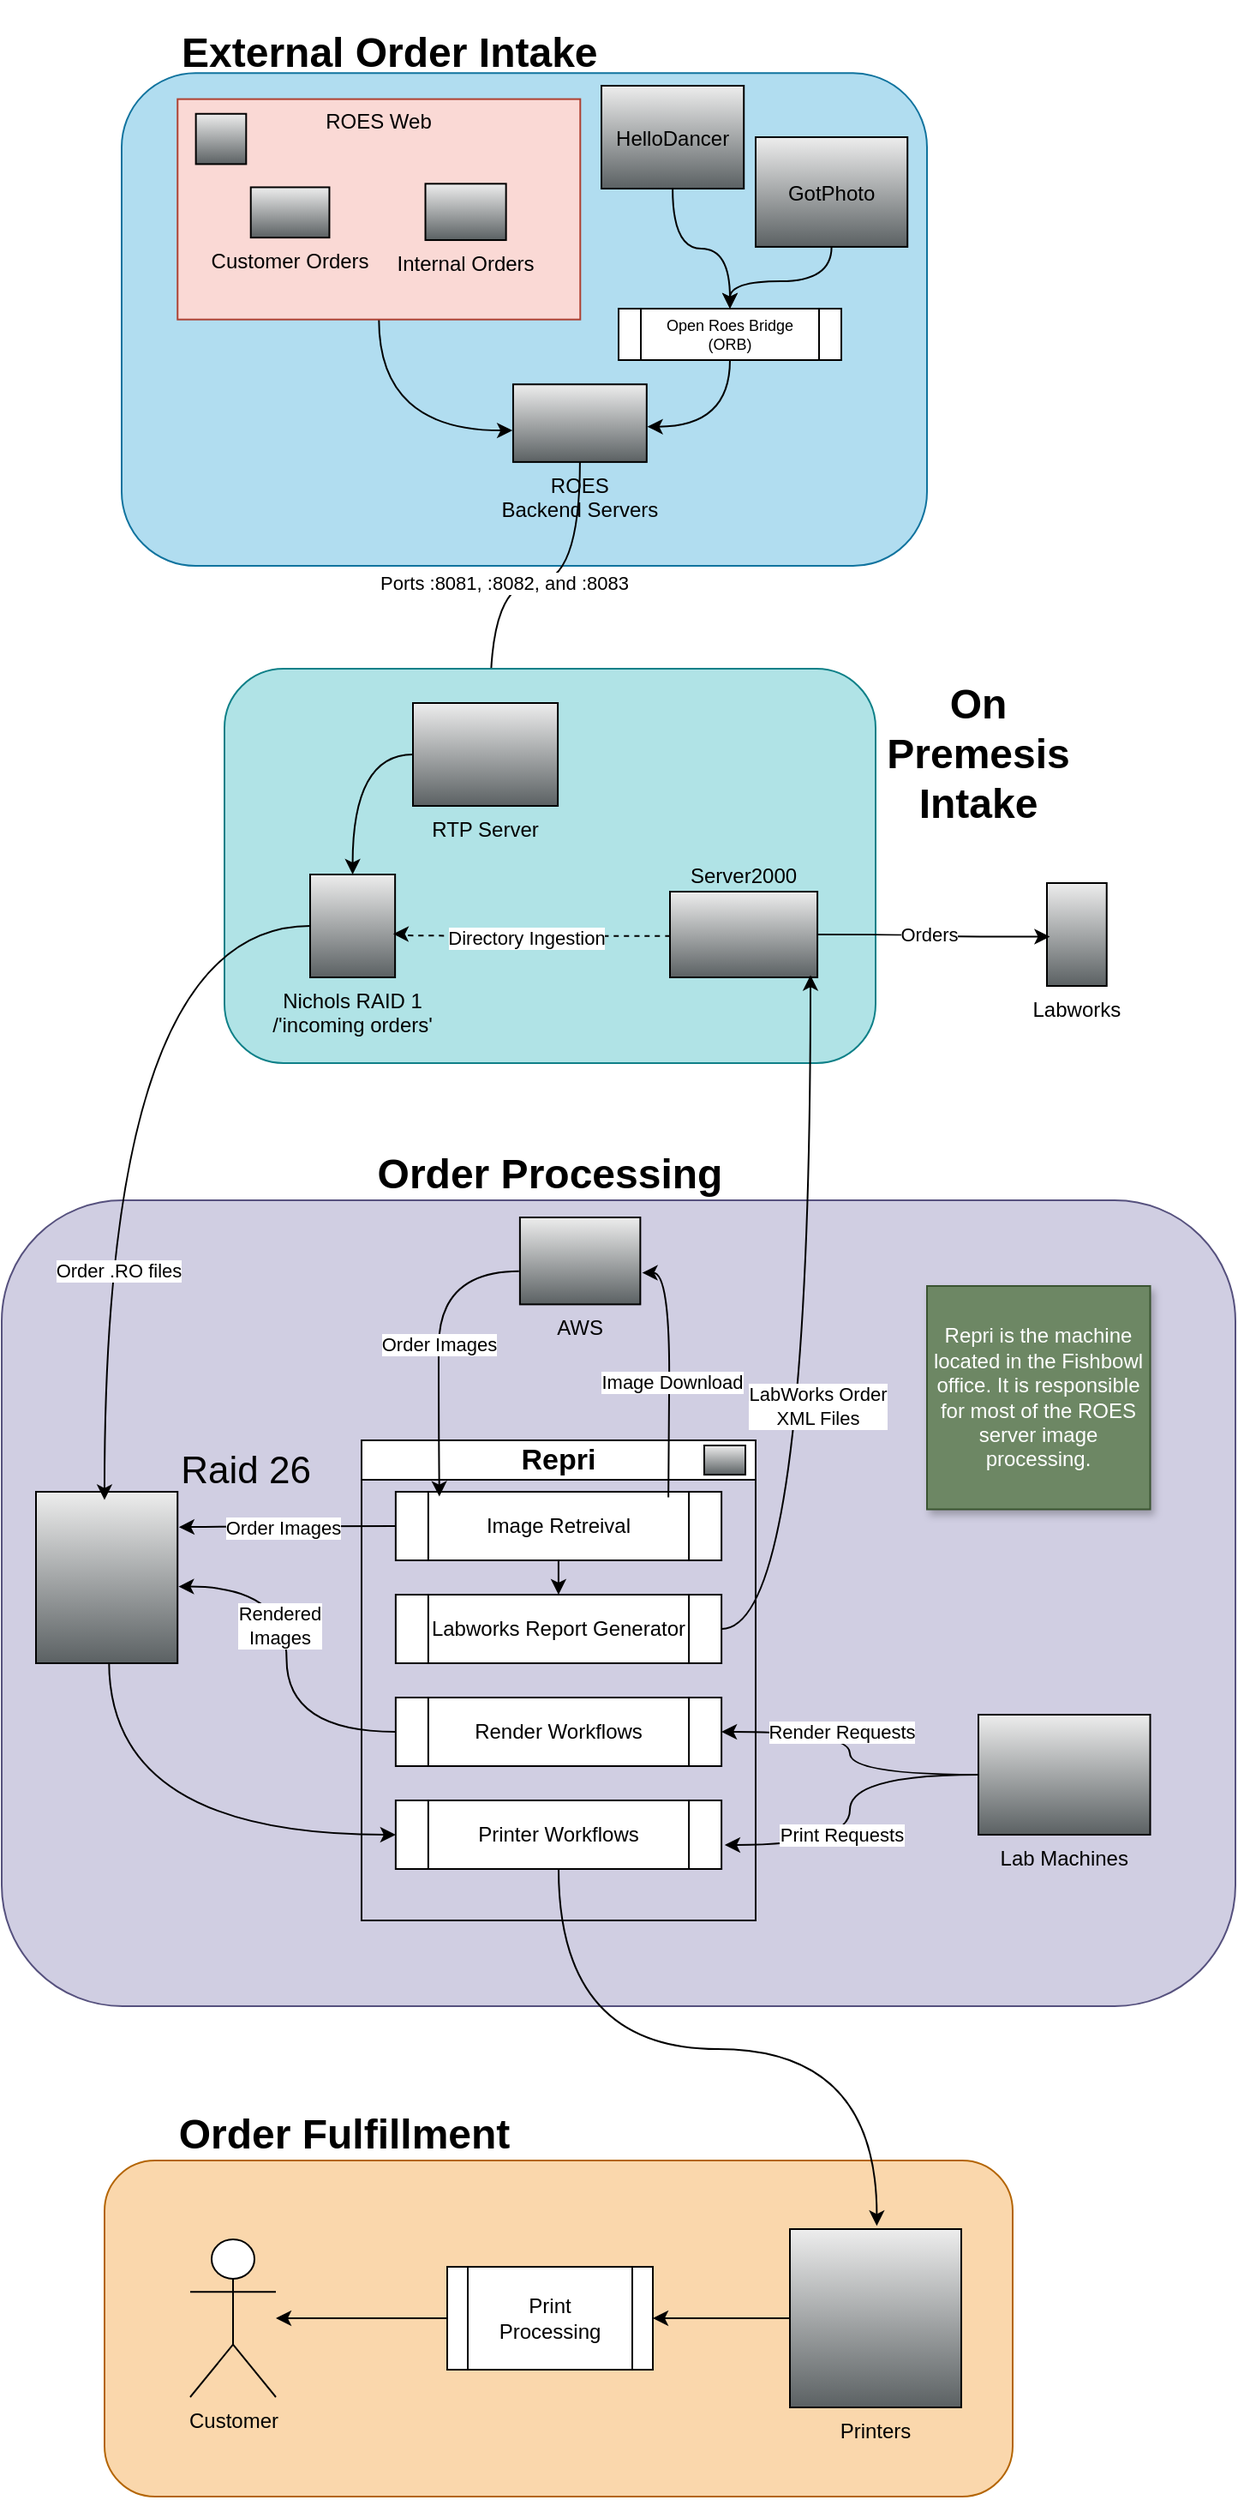
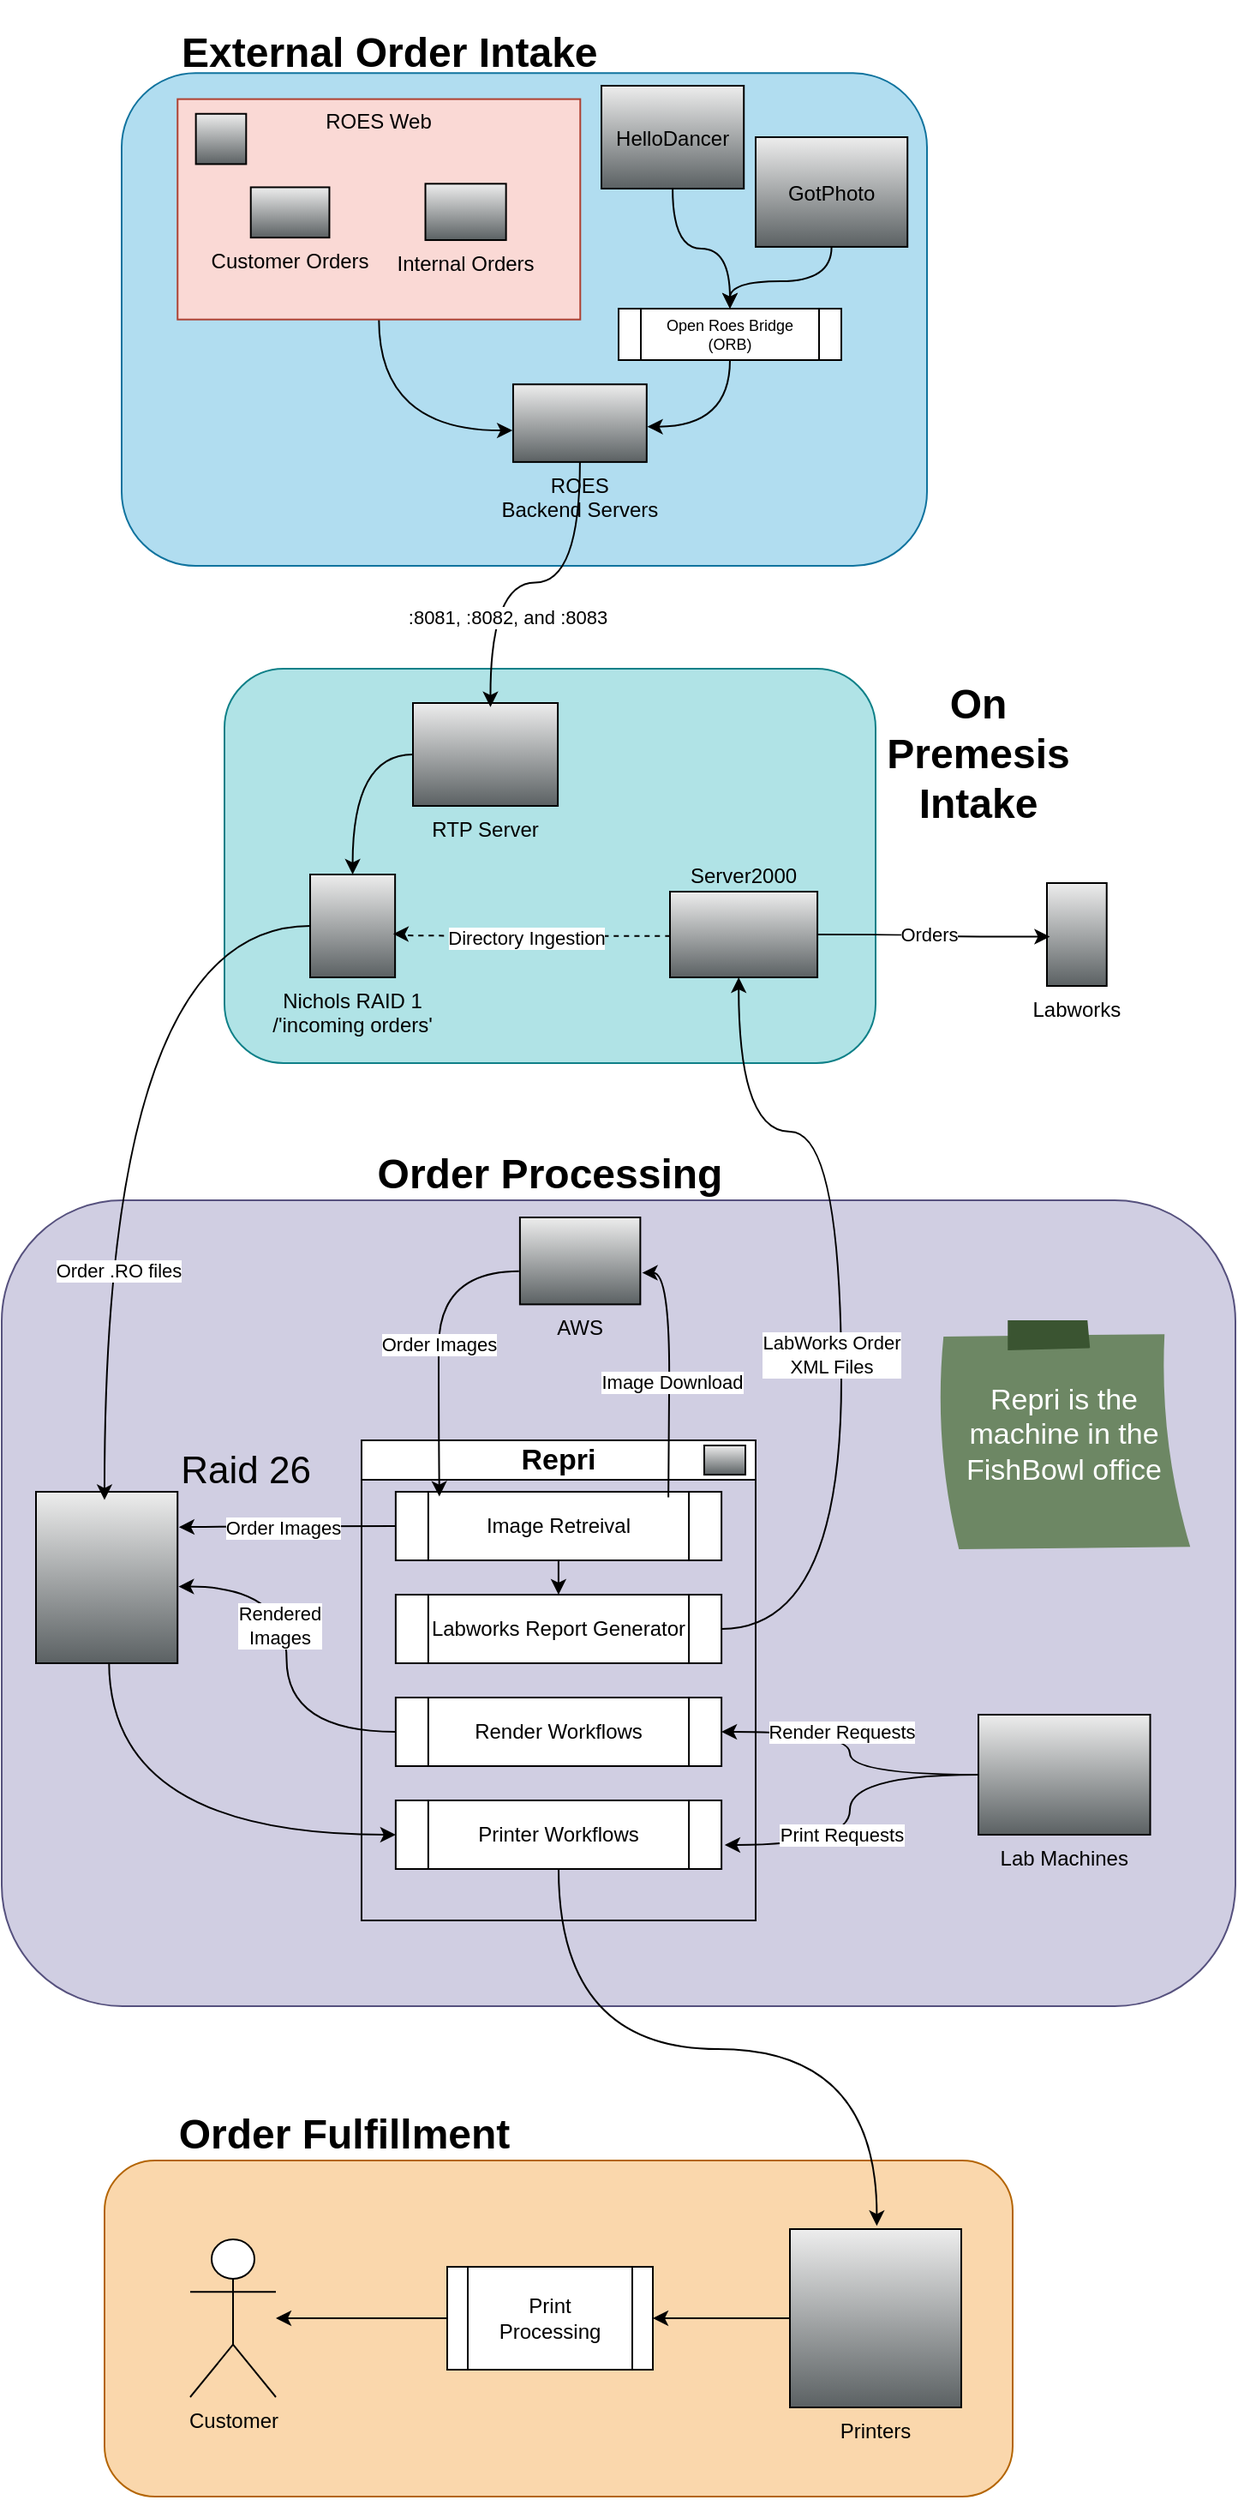
<mxfile host="app.diagrams.net">
  <diagram name="External Order Intake" id="xOiFyvTx0ugd0xP541Ys">
-     <mxGraphModel dx="781" dy="455" grid="1" gridSize="10" guides="1" tooltips="1" connect="1" arrows="1" fold="1" page="1" pageScale="1" pageWidth="850" pageHeight="1100" math="0" shadow="0">
+     <mxGraphModel dx="1607" dy="938" grid="1" gridSize="10" guides="1" tooltips="1" connect="1" arrows="1" fold="1" page="1" pageScale="1" pageWidth="850" pageHeight="1100" math="0" shadow="0">
      <root>
        <mxCell id="0" />
        <mxCell id="1" parent="0" />
        <mxCell id="Abbv7D0ucnFepgTgGXwM-46" connectable="0" parent="1" style="group" value="" vertex="1">
          <mxGeometry height="310" width="470" x="160" y="40" as="geometry" />
        </mxCell>
        <mxCell id="Abbv7D0ucnFepgTgGXwM-2" parent="Abbv7D0ucnFepgTgGXwM-46" style="rounded=1;whiteSpace=wrap;html=1;fillColor=#b1ddf0;strokeColor=#10739e;" value="" vertex="1">
          <mxGeometry height="287.3170731707317" width="470.00000000000006" y="22.682926829268293" as="geometry" />
        </mxCell>
        <mxCell id="uFVznFZ-sdEEhWdo_pJ7-23" parent="Abbv7D0ucnFepgTgGXwM-46" style="shape=mxgraph.networks2.icon;aspect=fixed;fillColor=#EDEDED;strokeColor=#000000;gradientColor=#5B6163;network2IconShadow=1;network2bgFillColor=none;labelPosition=center;verticalLabelPosition=middle;align=center;verticalAlign=middle;network2Icon=mxgraph.networks2.cloud;network2IconYOffset=-0.08;network2IconW=1.0004;network2IconH=0.7222;" value="GotPhoto" vertex="1">
          <mxGeometry height="63.96" width="88.6" x="370" y="60" as="geometry" />
        </mxCell>
        <mxCell id="uFVznFZ-sdEEhWdo_pJ7-26" parent="Abbv7D0ucnFepgTgGXwM-46" style="fillColorStyles=neutralFill;neutralFill=#9DA6A8;shape=mxgraph.networks2.icon;aspect=fixed;fillColor=#EDEDED;strokeColor=#000000;gradientColor=#5B6163;network2IconShadow=1;network2bgFillColor=none;labelPosition=center;verticalLabelPosition=bottom;align=center;verticalAlign=top;network2Icon=mxgraph.networks2.server;network2IconW=1.0001;network2IconH=0.5812;" value="ROES&#xa;Backend Servers" vertex="1">
          <mxGeometry height="45.29897718332022" width="77.94659716758459" x="228.46569444444447" y="204.14634146341464" as="geometry" />
        </mxCell>
        <mxCell id="uFVznFZ-sdEEhWdo_pJ7-27" edge="1" parent="Abbv7D0ucnFepgTgGXwM-46" source="uFVznFZ-sdEEhWdo_pJ7-12" style="edgeStyle=orthogonalEdgeStyle;curved=1;rounded=0;orthogonalLoop=1;jettySize=auto;html=1;exitX=0.5;exitY=1;exitDx=0;exitDy=0;entryX=-0.005;entryY=0.594;entryDx=0;entryDy=0;entryPerimeter=0;" target="uFVznFZ-sdEEhWdo_pJ7-26">
          <mxGeometry relative="1" as="geometry" />
        </mxCell>
        <mxCell id="Abbv7D0ucnFepgTgGXwM-3" parent="Abbv7D0ucnFepgTgGXwM-46" style="text;html=1;whiteSpace=wrap;strokeColor=none;fillColor=none;align=left;verticalAlign=middle;rounded=0;" value="&lt;h1&gt;External Order Intake&lt;/h1&gt;" vertex="1">
          <mxGeometry height="22.68" width="407.36" x="32.64" as="geometry" />
        </mxCell>
        <mxCell id="Abbv7D0ucnFepgTgGXwM-45" connectable="0" parent="Abbv7D0ucnFepgTgGXwM-46" style="group;" value="" vertex="1">
          <mxGeometry height="128.53658536585368" width="235.00000000000003" x="32.63888888888889" y="37.804878048780495" as="geometry" />
        </mxCell>
        <mxCell id="uFVznFZ-sdEEhWdo_pJ7-12" parent="Abbv7D0ucnFepgTgGXwM-45" style="rounded=0;whiteSpace=wrap;html=1;fillColor=#fad9d5;strokeColor=#ae4132;" value="" vertex="1">
          <mxGeometry height="128.53658536585368" width="235.00000000000003" as="geometry" />
        </mxCell>
        <mxCell id="uFVznFZ-sdEEhWdo_pJ7-13" parent="Abbv7D0ucnFepgTgGXwM-45" style="shape=mxgraph.networks2.icon;aspect=fixed;fillColor=#EDEDED;strokeColor=#000000;gradientColor=#5B6163;network2IconShadow=1;network2bgFillColor=none;labelPosition=center;verticalLabelPosition=bottom;align=center;verticalAlign=top;network2Icon=mxgraph.networks2.globe;network2IconW=1;network2IconH=1;" value="" vertex="1">
          <mxGeometry height="29.33648046157881" width="29.33648046157881" x="10.681818181818182" y="8.56910569105691" as="geometry" />
        </mxCell>
        <mxCell id="uFVznFZ-sdEEhWdo_pJ7-14" parent="Abbv7D0ucnFepgTgGXwM-45" style="shape=mxgraph.networks2.icon;aspect=fixed;fillColor=#EDEDED;strokeColor=#000000;gradientColor=#5B6163;network2IconShadow=1;network2bgFillColor=none;labelPosition=center;verticalLabelPosition=bottom;align=center;verticalAlign=top;network2Icon=mxgraph.networks2.users;network2IconXOffset=0.0019;network2IconYOffset=-0.0004;network2IconW=1.0353;network2IconH=0.6623;" value="Customer Orders" vertex="1">
          <mxGeometry height="29.33648046157881" width="45.86025308156307" x="42.72727272727273" y="51.41463414634146" as="geometry" />
        </mxCell>
        <mxCell id="uFVznFZ-sdEEhWdo_pJ7-15" parent="Abbv7D0ucnFepgTgGXwM-45" style="shape=mxgraph.networks2.icon;aspect=fixed;fillColor=#EDEDED;strokeColor=#000000;gradientColor=#5B6163;network2IconShadow=1;network2bgFillColor=none;labelPosition=center;verticalLabelPosition=bottom;align=center;verticalAlign=top;network2Icon=mxgraph.networks2.lan;network2IconYOffset=0.0558;network2IconW=1.0834;network2IconH=0.7564;" value="Internal Orders" vertex="1">
          <mxGeometry height="32.85685811696826" width="47.0630487804878" x="144.61949300699303" y="49.35804878048783" as="geometry" />
        </mxCell>
        <mxCell id="uFVznFZ-sdEEhWdo_pJ7-25" parent="Abbv7D0ucnFepgTgGXwM-45" style="text;html=1;whiteSpace=wrap;strokeColor=none;fillColor=none;align=center;verticalAlign=middle;rounded=0;" value="ROES Web" vertex="1">
          <mxGeometry height="25.70731707317073" width="72.3076923076923" x="81.34615384615385" as="geometry" />
        </mxCell>
        <mxCell id="jQCsffpuLkgTT5c4SlJs-1" parent="Abbv7D0ucnFepgTgGXwM-46" style="shape=mxgraph.networks2.icon;aspect=fixed;fillColor=#EDEDED;strokeColor=#000000;gradientColor=#5B6163;network2IconShadow=1;network2bgFillColor=none;labelPosition=center;verticalLabelPosition=middle;align=center;verticalAlign=middle;network2Icon=mxgraph.networks2.cloud;network2IconYOffset=-0.08;network2IconW=1.0004;network2IconH=0.7222;" value="HelloDancer" vertex="1">
          <mxGeometry height="60" width="83.11" x="280" y="30" as="geometry" />
        </mxCell>
-         <mxCell id="Abbv7D0ucnFepgTgGXwM-59" edge="1" parent="1" source="uFVznFZ-sdEEhWdo_pJ7-26" style="edgeStyle=orthogonalEdgeStyle;curved=1;rounded=0;orthogonalLoop=1;jettySize=auto;html=1;entryX=0.535;entryY=0.039;entryDx=0;entryDy=0;entryPerimeter=0;" target="Abbv7D0ucnFepgTgGXwM-48">
-           <mxGeometry relative="1" as="geometry" />
-         </mxCell>
-         <mxCell id="Abbv7D0ucnFepgTgGXwM-60" connectable="0" parent="Abbv7D0ucnFepgTgGXwM-59" style="edgeLabel;html=1;align=center;verticalAlign=middle;resizable=0;points=[];" value="Ports :8081, :8082, and :8083" vertex="1">
-           <mxGeometry relative="1" x="0.1735" as="geometry">
-             <mxPoint as="offset" />
-           </mxGeometry>
-         </mxCell>
        <mxCell id="Abbv7D0ucnFepgTgGXwM-63" connectable="0" parent="1" style="group;labelPosition=center;verticalLabelPosition=bottom;align=center;verticalAlign=top;" value=" " vertex="1">
          <mxGeometry height="230" width="514.8699999999999" x="220" y="410" as="geometry" />
        </mxCell>
        <mxCell id="Abbv7D0ucnFepgTgGXwM-58" parent="Abbv7D0ucnFepgTgGXwM-63" style="rounded=1;whiteSpace=wrap;html=1;fillColor=#b0e3e6;strokeColor=#0e8088;" value=" " vertex="1">
          <mxGeometry height="230" width="380" as="geometry" />
        </mxCell>
        <mxCell id="Abbv7D0ucnFepgTgGXwM-61" edge="1" parent="Abbv7D0ucnFepgTgGXwM-63" source="Abbv7D0ucnFepgTgGXwM-48" style="edgeStyle=orthogonalEdgeStyle;curved=1;rounded=0;orthogonalLoop=1;jettySize=auto;html=1;" target="Abbv7D0ucnFepgTgGXwM-49">
          <mxGeometry relative="1" as="geometry" />
        </mxCell>
        <mxCell id="Abbv7D0ucnFepgTgGXwM-48" parent="Abbv7D0ucnFepgTgGXwM-63" style="shape=mxgraph.networks2.icon;aspect=fixed;fillColor=#EDEDED;strokeColor=#000000;gradientColor=#5B6163;network2IconShadow=1;network2bgFillColor=none;labelPosition=center;verticalLabelPosition=bottom;align=center;verticalAlign=top;network2Icon=mxgraph.networks2.pc;network2IconYOffset=-0.0593;network2IconW=0.9999;network2IconH=0.7096;" value="RTP Server" vertex="1">
          <mxGeometry height="60" width="84.55" x="110" y="20" as="geometry" />
        </mxCell>
        <mxCell id="Abbv7D0ucnFepgTgGXwM-49" parent="Abbv7D0ucnFepgTgGXwM-63" style="shape=mxgraph.networks2.icon;aspect=fixed;fillColor=#EDEDED;strokeColor=#000000;gradientColor=#5B6163;network2IconShadow=1;network2bgFillColor=none;labelPosition=center;verticalLabelPosition=bottom;align=center;verticalAlign=top;network2Icon=mxgraph.networks2.data_storage;network2IconW=0.8252;network2IconH=0.9989;" value="Nichols RAID 1&#xa;/&#39;incoming orders&#39;" vertex="1">
          <mxGeometry height="60" width="49.57" x="50" y="120" as="geometry" />
        </mxCell>
        <mxCell id="Abbv7D0ucnFepgTgGXwM-50" parent="Abbv7D0ucnFepgTgGXwM-63" style="fillColorStyles=neutralFill;neutralFill=#9DA6A8;shape=mxgraph.networks2.icon;aspect=fixed;fillColor=#EDEDED;strokeColor=#000000;gradientColor=#5B6163;network2IconShadow=1;network2bgFillColor=none;labelPosition=center;verticalLabelPosition=top;align=center;verticalAlign=bottom;network2Icon=mxgraph.networks2.server;network2IconW=1.0001;network2IconH=0.5812;" value="Server2000" vertex="1">
          <mxGeometry height="50" width="86.04" x="260" y="130" as="geometry" />
        </mxCell>
        <mxCell id="Abbv7D0ucnFepgTgGXwM-53" edge="1" parent="Abbv7D0ucnFepgTgGXwM-63" source="Abbv7D0ucnFepgTgGXwM-50" style="edgeStyle=orthogonalEdgeStyle;curved=1;rounded=0;orthogonalLoop=1;jettySize=auto;html=1;entryX=0.968;entryY=0.578;entryDx=0;entryDy=0;entryPerimeter=0;startArrow=none;startFill=0;dashed=1;exitX=0.003;exitY=0.518;exitDx=0;exitDy=0;exitPerimeter=0;" value=" ">
          <mxGeometry relative="1" as="geometry">
            <Array as="points">
              <mxPoint x="100" y="156" />
              <mxPoint x="100" y="155" />
            </Array>
            <mxPoint x="259.9998" y="157.5" as="sourcePoint" />
            <mxPoint x="98.41376000000008" y="154.68000000000006" as="targetPoint" />
          </mxGeometry>
        </mxCell>
        <mxCell id="Abbv7D0ucnFepgTgGXwM-57" connectable="0" parent="Abbv7D0ucnFepgTgGXwM-53" style="edgeLabel;html=1;align=center;verticalAlign=middle;resizable=0;points=[];" value="Directory Ingestion" vertex="1">
          <mxGeometry relative="1" x="0.0378" y="1" as="geometry">
            <mxPoint as="offset" />
          </mxGeometry>
        </mxCell>
        <mxCell id="Abbv7D0ucnFepgTgGXwM-62" parent="Abbv7D0ucnFepgTgGXwM-63" style="text;html=1;whiteSpace=wrap;strokeColor=none;fillColor=none;align=center;verticalAlign=middle;rounded=0;" value="&lt;h1&gt;On Premesis Intake&lt;/h1&gt;" vertex="1">
          <mxGeometry height="80" width="120" x="380" y="10" as="geometry" />
        </mxCell>
        <mxCell id="Abbv7D0ucnFepgTgGXwM-96" parent="Abbv7D0ucnFepgTgGXwM-63" style="shape=mxgraph.networks2.icon;aspect=fixed;fillColor=#EDEDED;strokeColor=#000000;gradientColor=#5B6163;network2IconShadow=1;network2bgFillColor=none;labelPosition=center;verticalLabelPosition=bottom;align=center;verticalAlign=top;network2Icon=mxgraph.networks2.application;network2IconXOffset=0.0048;network2IconYOffset=-0.0000;network2IconW=0.5927;network2IconH=1.02;" value="Labworks" vertex="1">
          <mxGeometry height="60" width="34.87" x="479.9999999999999" y="125" as="geometry" />
        </mxCell>
        <mxCell id="Abbv7D0ucnFepgTgGXwM-114" edge="1" parent="Abbv7D0ucnFepgTgGXwM-63" source="Abbv7D0ucnFepgTgGXwM-50" style="edgeStyle=orthogonalEdgeStyle;curved=1;rounded=0;orthogonalLoop=1;jettySize=auto;html=1;entryX=0.049;entryY=0.521;entryDx=0;entryDy=0;entryPerimeter=0;" target="Abbv7D0ucnFepgTgGXwM-96">
          <mxGeometry relative="1" as="geometry" />
        </mxCell>
        <mxCell id="Abbv7D0ucnFepgTgGXwM-115" connectable="0" parent="Abbv7D0ucnFepgTgGXwM-114" style="edgeLabel;html=1;align=center;verticalAlign=middle;resizable=0;points=[];" value="Orders" vertex="1">
          <mxGeometry relative="1" x="-0.2199" y="-7" as="geometry">
            <mxPoint x="11" y="-7" as="offset" />
          </mxGeometry>
        </mxCell>
        <mxCell id="Abbv7D0ucnFepgTgGXwM-144" connectable="0" parent="1" style="group" value="" vertex="1">
-           <mxGeometry height="500" width="720" x="90" y="690" as="geometry" />
+           <mxGeometry height="500" width="720.13" x="90" y="690" as="geometry" />
        </mxCell>
        <mxCell id="Abbv7D0ucnFepgTgGXwM-132" parent="Abbv7D0ucnFepgTgGXwM-144" style="rounded=1;whiteSpace=wrap;html=1;fillColor=#d0cee2;strokeColor=#56517e;" value=" " vertex="1">
          <mxGeometry height="470" width="720" y="30" as="geometry" />
        </mxCell>
        <mxCell id="Abbv7D0ucnFepgTgGXwM-123" edge="1" parent="Abbv7D0ucnFepgTgGXwM-144" source="Abbv7D0ucnFepgTgGXwM-55" style="edgeStyle=orthogonalEdgeStyle;curved=1;rounded=0;orthogonalLoop=1;jettySize=auto;html=1;entryX=0;entryY=0.5;entryDx=0;entryDy=0;exitX=0.516;exitY=0.991;exitDx=0;exitDy=0;exitPerimeter=0;" target="Abbv7D0ucnFepgTgGXwM-87">
          <mxGeometry relative="1" as="geometry" />
        </mxCell>
        <mxCell id="Abbv7D0ucnFepgTgGXwM-124" connectable="0" parent="Abbv7D0ucnFepgTgGXwM-123" style="edgeLabel;html=1;align=center;verticalAlign=middle;resizable=0;points=[];" value=" " vertex="1">
          <mxGeometry relative="1" x="-0.5108" y="29" as="geometry">
            <mxPoint as="offset" />
          </mxGeometry>
        </mxCell>
        <mxCell id="Abbv7D0ucnFepgTgGXwM-55" parent="Abbv7D0ucnFepgTgGXwM-144" style="shape=mxgraph.networks2.icon;aspect=fixed;fillColor=#EDEDED;strokeColor=#000000;gradientColor=#5B6163;network2IconShadow=1;network2bgFillColor=none;labelPosition=right;verticalLabelPosition=top;align=left;verticalAlign=bottom;network2Icon=mxgraph.networks2.data_storage;network2IconW=0.8252;network2IconH=0.9989;fontSize=22;" value="Raid 26" vertex="1">
          <mxGeometry height="100" width="82.61" x="20" y="200" as="geometry" />
        </mxCell>
        <mxCell id="Abbv7D0ucnFepgTgGXwM-125" edge="1" parent="Abbv7D0ucnFepgTgGXwM-144" source="Abbv7D0ucnFepgTgGXwM-65" style="edgeStyle=orthogonalEdgeStyle;curved=1;rounded=0;orthogonalLoop=1;jettySize=auto;html=1;entryX=1;entryY=0.5;entryDx=0;entryDy=0;" target="Abbv7D0ucnFepgTgGXwM-70">
          <mxGeometry relative="1" as="geometry" />
        </mxCell>
        <mxCell id="Abbv7D0ucnFepgTgGXwM-127" connectable="0" parent="Abbv7D0ucnFepgTgGXwM-125" style="edgeLabel;html=1;align=center;verticalAlign=middle;resizable=0;points=[];" value="Render Requests" vertex="1">
          <mxGeometry relative="1" x="0.4996" y="2" as="geometry">
            <mxPoint x="26" y="-2" as="offset" />
          </mxGeometry>
        </mxCell>
        <mxCell id="Abbv7D0ucnFepgTgGXwM-65" parent="Abbv7D0ucnFepgTgGXwM-144" style="shape=mxgraph.networks2.icon;aspect=fixed;fillColor=#EDEDED;strokeColor=#000000;gradientColor=#5B6163;network2IconShadow=1;network2bgFillColor=none;labelPosition=center;verticalLabelPosition=bottom;align=center;verticalAlign=top;network2Icon=mxgraph.networks2.lan;network2IconYOffset=0.0558;network2IconW=1.0834;network2IconH=0.7564;" value="Lab Machines" vertex="1">
          <mxGeometry height="70" width="100.26" x="570" y="330" as="geometry" />
        </mxCell>
        <mxCell id="Abbv7D0ucnFepgTgGXwM-67" parent="Abbv7D0ucnFepgTgGXwM-144" style="shape=mxgraph.networks2.icon;aspect=fixed;fillColor=#EDEDED;strokeColor=#000000;gradientColor=#5B6163;network2IconShadow=1;network2bgFillColor=none;labelPosition=center;verticalLabelPosition=bottom;align=center;verticalAlign=top;network2Icon=mxgraph.networks2.cloud;network2IconYOffset=-0.08;network2IconW=1.0004;network2IconH=0.7222;" value="AWS" vertex="1">
          <mxGeometry height="50.71" width="70.24" x="302.44" y="40" as="geometry" />
        </mxCell>
        <mxCell id="Abbv7D0ucnFepgTgGXwM-68" parent="Abbv7D0ucnFepgTgGXwM-144" style="swimlane;whiteSpace=wrap;html=1;align=center;fontSize=17;" value="&lt;div align=&quot;center&quot;&gt;Repri&lt;/div&gt;" vertex="1">
          <mxGeometry height="280" width="230" x="210" y="170" as="geometry">
            <mxRectangle height="30" width="140" x="105.12" y="1050" as="alternateBounds" />
          </mxGeometry>
        </mxCell>
        <mxCell id="Abbv7D0ucnFepgTgGXwM-66" parent="Abbv7D0ucnFepgTgGXwM-68" style="shape=mxgraph.networks2.icon;aspect=fixed;fillColor=#EDEDED;strokeColor=#000000;gradientColor=#5B6163;network2IconShadow=1;network2bgFillColor=none;labelPosition=center;verticalLabelPosition=bottom;align=center;verticalAlign=top;network2Icon=mxgraph.networks2.pc;network2IconYOffset=-0.0593;network2IconW=0.9999;network2IconH=0.7096;" value=" " vertex="1">
          <mxGeometry height="17.03" width="24" x="200" y="3" as="geometry" />
        </mxCell>
        <mxCell id="Abbv7D0ucnFepgTgGXwM-79" edge="1" parent="Abbv7D0ucnFepgTgGXwM-68" source="Abbv7D0ucnFepgTgGXwM-69" style="edgeStyle=orthogonalEdgeStyle;curved=1;rounded=0;orthogonalLoop=1;jettySize=auto;html=1;entryX=0.5;entryY=0;entryDx=0;entryDy=0;" target="Abbv7D0ucnFepgTgGXwM-78">
          <mxGeometry relative="1" as="geometry" />
        </mxCell>
        <mxCell id="Abbv7D0ucnFepgTgGXwM-69" parent="Abbv7D0ucnFepgTgGXwM-68" style="shape=process;whiteSpace=wrap;html=1;backgroundOutline=1;" value="Image Retreival" vertex="1">
          <mxGeometry height="40" width="190.12" x="19.94" y="30" as="geometry" />
        </mxCell>
        <mxCell id="Abbv7D0ucnFepgTgGXwM-70" parent="Abbv7D0ucnFepgTgGXwM-68" style="shape=process;whiteSpace=wrap;html=1;backgroundOutline=1;" value="Render Workflows" vertex="1">
          <mxGeometry height="40" width="190.12" x="19.939999999999998" y="150" as="geometry" />
        </mxCell>
        <mxCell id="Abbv7D0ucnFepgTgGXwM-78" parent="Abbv7D0ucnFepgTgGXwM-68" style="shape=process;whiteSpace=wrap;html=1;backgroundOutline=1;" value="Labworks Report Generator" vertex="1">
          <mxGeometry height="40" width="190.12" x="19.939999999999998" y="90" as="geometry" />
        </mxCell>
        <mxCell id="Abbv7D0ucnFepgTgGXwM-87" parent="Abbv7D0ucnFepgTgGXwM-68" style="shape=process;whiteSpace=wrap;html=1;backgroundOutline=1;" value="Printer Workflows" vertex="1">
          <mxGeometry height="40" width="190.12" x="19.939999999999998" y="210" as="geometry" />
        </mxCell>
        <mxCell id="Abbv7D0ucnFepgTgGXwM-71" edge="1" parent="Abbv7D0ucnFepgTgGXwM-144" source="Abbv7D0ucnFepgTgGXwM-69" style="edgeStyle=orthogonalEdgeStyle;curved=1;rounded=0;orthogonalLoop=1;jettySize=auto;html=1;entryX=1.016;entryY=0.637;entryDx=0;entryDy=0;entryPerimeter=0;exitX=0.837;exitY=0.082;exitDx=0;exitDy=0;exitPerimeter=0;" target="Abbv7D0ucnFepgTgGXwM-67">
          <mxGeometry relative="1" as="geometry">
            <Array as="points">
              <mxPoint x="389" y="200" />
              <mxPoint x="390" y="200" />
              <mxPoint x="390" y="72" />
            </Array>
            <mxPoint x="400" y="198" as="sourcePoint" />
          </mxGeometry>
        </mxCell>
        <mxCell id="Abbv7D0ucnFepgTgGXwM-72" connectable="0" parent="Abbv7D0ucnFepgTgGXwM-71" style="edgeLabel;html=1;align=center;verticalAlign=middle;resizable=0;points=[];" value="Image Download" vertex="1">
          <mxGeometry relative="1" x="-0.0797" y="-1" as="geometry">
            <mxPoint as="offset" />
          </mxGeometry>
        </mxCell>
        <mxCell id="Abbv7D0ucnFepgTgGXwM-73" edge="1" parent="Abbv7D0ucnFepgTgGXwM-144" source="Abbv7D0ucnFepgTgGXwM-67" style="edgeStyle=orthogonalEdgeStyle;curved=1;rounded=0;orthogonalLoop=1;jettySize=auto;html=1;entryX=0.134;entryY=0.07;entryDx=0;entryDy=0;entryPerimeter=0;exitX=-0.008;exitY=0.619;exitDx=0;exitDy=0;exitPerimeter=0;" target="Abbv7D0ucnFepgTgGXwM-69">
          <mxGeometry relative="1" as="geometry">
            <Array as="points">
              <mxPoint x="255" y="71" />
              <mxPoint x="255" y="160" />
            </Array>
          </mxGeometry>
        </mxCell>
        <mxCell id="Abbv7D0ucnFepgTgGXwM-74" connectable="0" parent="Abbv7D0ucnFepgTgGXwM-73" style="edgeLabel;html=1;align=center;verticalAlign=middle;resizable=0;points=[];" value="Order Images" vertex="1">
          <mxGeometry relative="1" x="0.0052" as="geometry">
            <mxPoint as="offset" />
          </mxGeometry>
        </mxCell>
        <mxCell id="Abbv7D0ucnFepgTgGXwM-118" edge="1" parent="Abbv7D0ucnFepgTgGXwM-144" source="Abbv7D0ucnFepgTgGXwM-69" style="edgeStyle=orthogonalEdgeStyle;curved=1;rounded=0;orthogonalLoop=1;jettySize=auto;html=1;entryX=1.01;entryY=0.206;entryDx=0;entryDy=0;entryPerimeter=0;" target="Abbv7D0ucnFepgTgGXwM-55">
          <mxGeometry relative="1" as="geometry" />
        </mxCell>
        <mxCell id="Abbv7D0ucnFepgTgGXwM-120" connectable="0" parent="Abbv7D0ucnFepgTgGXwM-118" style="edgeLabel;html=1;align=center;verticalAlign=middle;resizable=0;points=[];" value="Order Images" vertex="1">
          <mxGeometry relative="1" x="0.0556" as="geometry">
            <mxPoint as="offset" />
          </mxGeometry>
        </mxCell>
        <mxCell id="Abbv7D0ucnFepgTgGXwM-121" edge="1" parent="Abbv7D0ucnFepgTgGXwM-144" source="Abbv7D0ucnFepgTgGXwM-70" style="edgeStyle=orthogonalEdgeStyle;curved=1;rounded=0;orthogonalLoop=1;jettySize=auto;html=1;entryX=1.007;entryY=0.553;entryDx=0;entryDy=0;entryPerimeter=0;" target="Abbv7D0ucnFepgTgGXwM-55">
          <mxGeometry relative="1" as="geometry" />
        </mxCell>
        <mxCell id="Abbv7D0ucnFepgTgGXwM-122" connectable="0" parent="Abbv7D0ucnFepgTgGXwM-121" style="edgeLabel;html=1;align=center;verticalAlign=middle;resizable=0;points=[];" value="Rendered&lt;br&gt;Images" vertex="1">
          <mxGeometry relative="1" x="0.1933" y="5" as="geometry">
            <mxPoint as="offset" />
          </mxGeometry>
        </mxCell>
        <mxCell id="Abbv7D0ucnFepgTgGXwM-126" edge="1" parent="Abbv7D0ucnFepgTgGXwM-144" source="Abbv7D0ucnFepgTgGXwM-65" style="edgeStyle=orthogonalEdgeStyle;curved=1;rounded=0;orthogonalLoop=1;jettySize=auto;html=1;entryX=1.01;entryY=0.65;entryDx=0;entryDy=0;entryPerimeter=0;" target="Abbv7D0ucnFepgTgGXwM-87">
          <mxGeometry relative="1" as="geometry" />
        </mxCell>
        <mxCell id="Abbv7D0ucnFepgTgGXwM-128" connectable="0" parent="Abbv7D0ucnFepgTgGXwM-126" style="edgeLabel;html=1;align=center;verticalAlign=middle;resizable=0;points=[];" value="Print Requests" vertex="1">
          <mxGeometry relative="1" x="0.4408" y="-6" as="geometry">
            <mxPoint x="15" as="offset" />
          </mxGeometry>
        </mxCell>
        <mxCell id="Abbv7D0ucnFepgTgGXwM-143" parent="Abbv7D0ucnFepgTgGXwM-144" style="text;html=1;whiteSpace=wrap;strokeColor=none;fillColor=none;align=center;verticalAlign=middle;rounded=0;" value="&lt;h1&gt;Order Processing&lt;/h1&gt;" vertex="1">
          <mxGeometry height="30" width="320" x="160" as="geometry" />
        </mxCell>
-         <mxCell id="aD-okcZOxhMRasSAFMCW-1" parent="Abbv7D0ucnFepgTgGXwM-144" style="whiteSpace=wrap;html=1;aspect=fixed;fillColor=#6d8764;fontColor=#ffffff;strokeColor=#3A5431;rounded=0;glass=0;shadow=1;" value="Repri is the machine located in the Fishbowl office. It is responsible for most of the ROES server image processing." vertex="1">
-           <mxGeometry height="130.26" width="130.26" x="540" y="80" as="geometry" />
-         </mxCell>
-         <mxCell id="Abbv7D0ucnFepgTgGXwM-133" edge="1" parent="1" source="Abbv7D0ucnFepgTgGXwM-78" style="edgeStyle=orthogonalEdgeStyle;curved=1;rounded=0;orthogonalLoop=1;jettySize=auto;html=1;entryX=0.953;entryY=0.974;entryDx=0;entryDy=0;entryPerimeter=0;exitX=1;exitY=0.5;exitDx=0;exitDy=0;" target="Abbv7D0ucnFepgTgGXwM-50">
-           <mxGeometry relative="1" as="geometry">
-             <Array as="points">
-               <mxPoint x="562" y="970" />
+         <mxCell id="jQCsffpuLkgTT5c4SlJs-15" parent="Abbv7D0ucnFepgTgGXwM-144" style="strokeWidth=1;shadow=0;dashed=0;align=center;html=1;shape=mxgraph.mockup.text.stickyNote2;fontColor=#ffffff;mainText=;fontSize=17;whiteSpace=wrap;fillColor=#6d8764;strokeColor=#3A5431;" value="Repri is the machine in the FishBowl office" vertex="1">
+           <mxGeometry height="134.87" width="150" x="545.13" y="100" as="geometry" />
+         </mxCell>
+         <mxCell id="Abbv7D0ucnFepgTgGXwM-133" edge="1" parent="1" source="Abbv7D0ucnFepgTgGXwM-78" style="edgeStyle=orthogonalEdgeStyle;curved=1;rounded=0;orthogonalLoop=1;jettySize=auto;html=1;entryX=0.466;entryY=1;entryDx=0;entryDy=0;entryPerimeter=0;exitX=1;exitY=0.5;exitDx=0;exitDy=0;" target="Abbv7D0ucnFepgTgGXwM-50">
+           <mxGeometry relative="1" as="geometry">
+             <Array as="points">
+               <mxPoint x="580" y="970" />
+               <mxPoint x="580" y="680" />
+               <mxPoint x="520" y="680" />
            </Array>
          </mxGeometry>
        </mxCell>
        <mxCell id="Abbv7D0ucnFepgTgGXwM-134" connectable="0" parent="Abbv7D0ucnFepgTgGXwM-133" style="edgeLabel;html=1;align=center;verticalAlign=middle;resizable=0;points=[];" value="&lt;div&gt;LabWorks Order&lt;/div&gt;&lt;div&gt;XML Files&lt;/div&gt;" vertex="1">
          <mxGeometry relative="1" x="0.2484" y="-1" as="geometry">
-             <mxPoint x="3" y="88" as="offset" />
+             <mxPoint x="-7" y="88" as="offset" />
          </mxGeometry>
        </mxCell>
        <mxCell id="Abbv7D0ucnFepgTgGXwM-116" edge="1" parent="1" source="Abbv7D0ucnFepgTgGXwM-49" style="edgeStyle=orthogonalEdgeStyle;curved=1;rounded=0;orthogonalLoop=1;jettySize=auto;html=1;entryX=0.484;entryY=0.048;entryDx=0;entryDy=0;entryPerimeter=0;" target="Abbv7D0ucnFepgTgGXwM-55">
          <mxGeometry relative="1" as="geometry" />
        </mxCell>
        <mxCell id="Abbv7D0ucnFepgTgGXwM-117" connectable="0" parent="Abbv7D0ucnFepgTgGXwM-116" style="edgeLabel;html=1;align=center;verticalAlign=middle;resizable=0;points=[];" value="Order .RO files" vertex="1">
          <mxGeometry relative="1" x="0.4085" y="8" as="geometry">
            <mxPoint as="offset" />
          </mxGeometry>
        </mxCell>
        <mxCell id="Abbv7D0ucnFepgTgGXwM-147" connectable="0" parent="1" style="group" value=" " vertex="1">
          <mxGeometry height="226" width="530" x="150" y="1250" as="geometry" />
        </mxCell>
        <mxCell id="Abbv7D0ucnFepgTgGXwM-142" parent="Abbv7D0ucnFepgTgGXwM-147" style="rounded=1;whiteSpace=wrap;html=1;fillColor=#fad7ac;strokeColor=#b46504;" value="" vertex="1">
          <mxGeometry height="196" width="530" y="30" as="geometry" />
        </mxCell>
        <mxCell id="Abbv7D0ucnFepgTgGXwM-139" edge="1" parent="Abbv7D0ucnFepgTgGXwM-147" source="Abbv7D0ucnFepgTgGXwM-135" style="edgeStyle=orthogonalEdgeStyle;curved=1;rounded=0;orthogonalLoop=1;jettySize=auto;html=1;entryX=1;entryY=0.5;entryDx=0;entryDy=0;" target="Abbv7D0ucnFepgTgGXwM-137">
          <mxGeometry relative="1" as="geometry" />
        </mxCell>
        <mxCell id="Abbv7D0ucnFepgTgGXwM-135" parent="Abbv7D0ucnFepgTgGXwM-147" style="fillColorStyles=neutralFill;neutralFill=#9DA6A8;shape=mxgraph.networks2.icon;aspect=fixed;fillColor=#EDEDED;strokeColor=#000000;gradientColor=#5B6163;network2IconShadow=1;network2bgFillColor=none;labelPosition=center;verticalLabelPosition=bottom;align=center;verticalAlign=top;network2Icon=mxgraph.networks2.printer;network2IconW=1;network2IconH=1.04;" value="Printers" vertex="1">
          <mxGeometry height="104" width="100" x="400" y="70" as="geometry" />
        </mxCell>
        <mxCell id="Abbv7D0ucnFepgTgGXwM-140" edge="1" parent="Abbv7D0ucnFepgTgGXwM-147" source="Abbv7D0ucnFepgTgGXwM-137" style="edgeStyle=orthogonalEdgeStyle;curved=1;rounded=0;orthogonalLoop=1;jettySize=auto;html=1;" target="Abbv7D0ucnFepgTgGXwM-138">
          <mxGeometry relative="1" as="geometry" />
        </mxCell>
        <mxCell id="Abbv7D0ucnFepgTgGXwM-137" parent="Abbv7D0ucnFepgTgGXwM-147" style="shape=process;whiteSpace=wrap;html=1;backgroundOutline=1;" value="&lt;div&gt;Print&lt;/div&gt;&lt;div&gt;Processing&lt;/div&gt;" vertex="1">
          <mxGeometry height="60" width="120" x="200" y="92" as="geometry" />
        </mxCell>
        <mxCell id="Abbv7D0ucnFepgTgGXwM-138" parent="Abbv7D0ucnFepgTgGXwM-147" style="shape=umlActor;verticalLabelPosition=bottom;verticalAlign=top;html=1;outlineConnect=0;" value="Customer" vertex="1">
          <mxGeometry height="92" width="50" x="50" y="76" as="geometry" />
        </mxCell>
        <mxCell id="Abbv7D0ucnFepgTgGXwM-146" parent="Abbv7D0ucnFepgTgGXwM-147" style="text;html=1;whiteSpace=wrap;strokeColor=none;fillColor=none;align=center;verticalAlign=middle;rounded=0;" value="&lt;h1&gt;Order Fulfillment&lt;/h1&gt;" vertex="1">
          <mxGeometry height="30" width="220" x="30" as="geometry" />
        </mxCell>
        <mxCell id="Abbv7D0ucnFepgTgGXwM-136" edge="1" parent="1" source="Abbv7D0ucnFepgTgGXwM-87" style="edgeStyle=orthogonalEdgeStyle;curved=1;rounded=0;orthogonalLoop=1;jettySize=auto;html=1;entryX=0.507;entryY=-0.018;entryDx=0;entryDy=0;entryPerimeter=0;exitX=0.5;exitY=1;exitDx=0;exitDy=0;" target="Abbv7D0ucnFepgTgGXwM-135">
          <mxGeometry relative="1" as="geometry" />
        </mxCell>
        <mxCell id="jQCsffpuLkgTT5c4SlJs-11" parent="1" style="shape=process;whiteSpace=wrap;html=1;backgroundOutline=1;fontSize=9;" value="&lt;div&gt;Open Roes Bridge&lt;/div&gt;&lt;div&gt;(ORB)&lt;/div&gt;" vertex="1">
          <mxGeometry height="30" width="130" x="450" y="200" as="geometry" />
        </mxCell>
        <mxCell id="jQCsffpuLkgTT5c4SlJs-12" edge="1" parent="1" source="jQCsffpuLkgTT5c4SlJs-1" style="edgeStyle=orthogonalEdgeStyle;curved=1;rounded=0;orthogonalLoop=1;jettySize=auto;html=1;entryX=0.5;entryY=0;entryDx=0;entryDy=0;" target="jQCsffpuLkgTT5c4SlJs-11">
          <mxGeometry relative="1" as="geometry" />
        </mxCell>
        <mxCell id="jQCsffpuLkgTT5c4SlJs-13" edge="1" parent="1" source="uFVznFZ-sdEEhWdo_pJ7-23" style="edgeStyle=orthogonalEdgeStyle;curved=1;rounded=0;orthogonalLoop=1;jettySize=auto;html=1;entryX=0.5;entryY=0;entryDx=0;entryDy=0;" target="jQCsffpuLkgTT5c4SlJs-11">
          <mxGeometry relative="1" as="geometry" />
        </mxCell>
        <mxCell id="jQCsffpuLkgTT5c4SlJs-14" edge="1" parent="1" source="jQCsffpuLkgTT5c4SlJs-11" style="edgeStyle=orthogonalEdgeStyle;curved=1;rounded=0;orthogonalLoop=1;jettySize=auto;html=1;entryX=1.005;entryY=0.545;entryDx=0;entryDy=0;entryPerimeter=0;" target="uFVznFZ-sdEEhWdo_pJ7-26">
          <mxGeometry relative="1" as="geometry" />
+         </mxCell>
+         <mxCell id="Abbv7D0ucnFepgTgGXwM-59" edge="1" parent="1" source="uFVznFZ-sdEEhWdo_pJ7-26" style="edgeStyle=orthogonalEdgeStyle;curved=1;rounded=0;orthogonalLoop=1;jettySize=auto;html=1;entryX=0.535;entryY=0.039;entryDx=0;entryDy=0;entryPerimeter=0;" target="Abbv7D0ucnFepgTgGXwM-48">
+           <mxGeometry relative="1" as="geometry" />
+         </mxCell>
+         <mxCell id="Abbv7D0ucnFepgTgGXwM-60" connectable="0" parent="Abbv7D0ucnFepgTgGXwM-59" style="edgeLabel;html=1;align=center;verticalAlign=middle;resizable=0;points=[];" value=":8081, :8082, and :8083" vertex="1">
+           <mxGeometry relative="1" x="0.1735" as="geometry">
+             <mxPoint x="2" y="20" as="offset" />
+           </mxGeometry>
        </mxCell>
      </root>
    </mxGraphModel>
  </diagram>
</mxfile>
